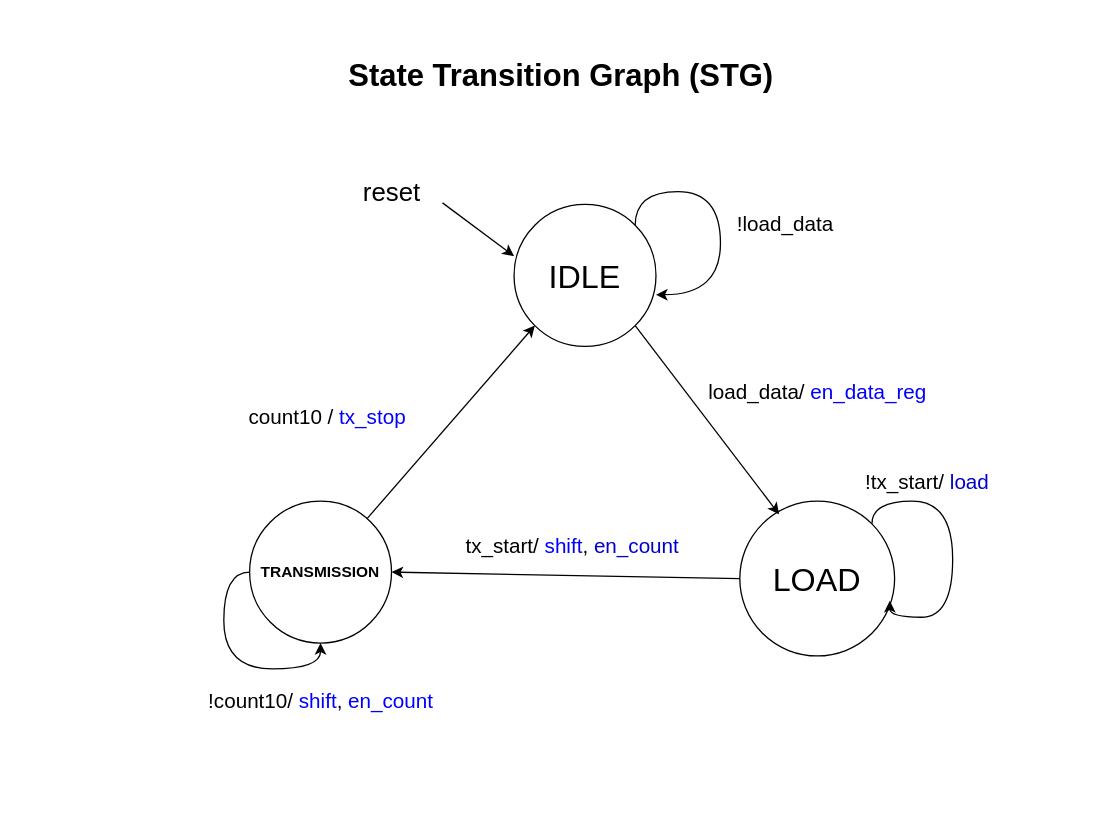
Earlier version of the draw.io diagram docs/controller_uart.drawio (mnasirEE/uart_serial). Source tidied: cells renumbered, new cells numbered last; positions are measured from the earlier drawing's top-left corner, leaving out a move shared by most shapes. Both pictures are drawn from the tidied source at 129%, with x=0, y=0 at pixel (191, 49).
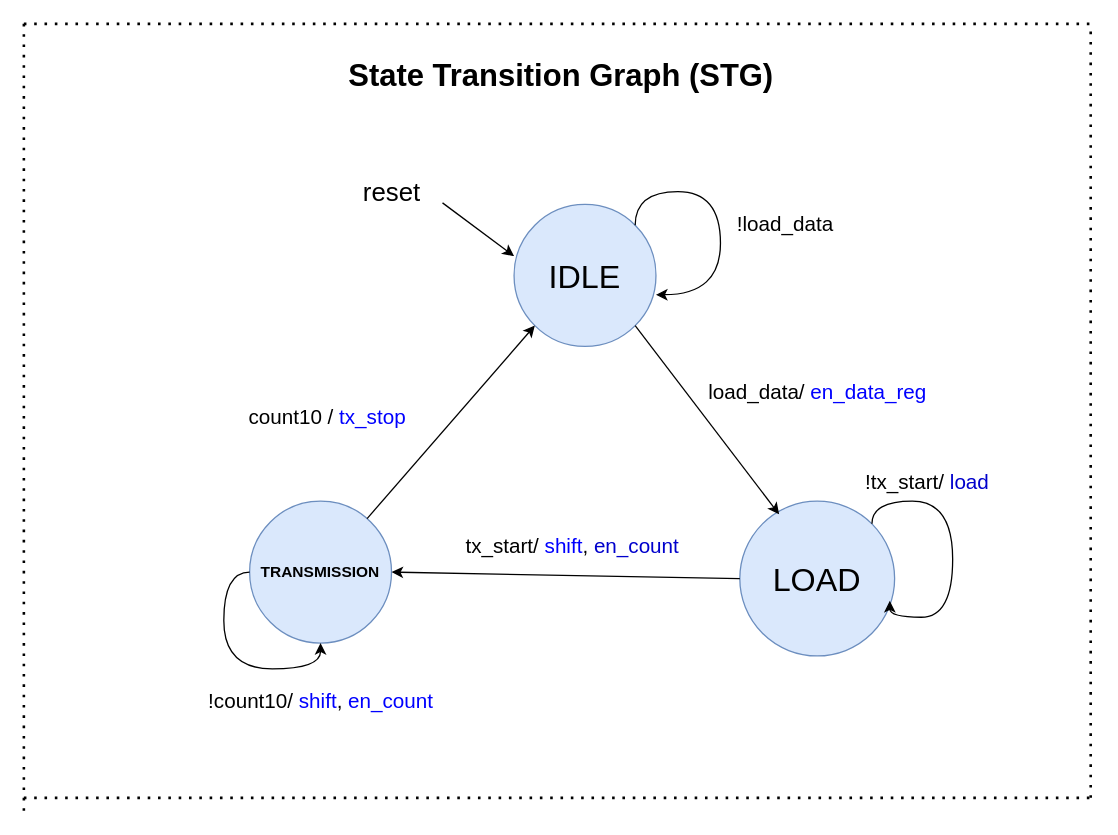
The same page after the edit.

What changed in the source:
```diff
@@
-    <mxCell id="3" value="&lt;font style=&quot;font-size: 25px;&quot;&gt;IDLE&lt;/font&gt;" style="ellipse;whiteSpace=wrap;html=1;" parent="1" vertex="1">
+    <mxCell id="3" value="&lt;font style=&quot;font-size: 25px;&quot;&gt;IDLE&lt;/font&gt;" style="ellipse;whiteSpace=wrap;html=1;fillColor=#dae8fc;strokeColor=#6c8ebf;" parent="1" vertex="1">
       <mxGeometry x="250" y="120" width="110" height="110" as="geometry" />
     </mxCell>
-    <mxCell id="4" value="&lt;font style=&quot;font-size: 25px;&quot;&gt;LOAD&lt;/font&gt;" style="ellipse;whiteSpace=wrap;html=1;" parent="1" vertex="1">
+    <mxCell id="4" value="&lt;font style=&quot;font-size: 25px;&quot;&gt;LOAD&lt;/font&gt;" style="ellipse;whiteSpace=wrap;html=1;fillColor=#dae8fc;strokeColor=#6c8ebf;" parent="1" vertex="1">
       <mxGeometry x="425" y="350" width="120" height="120" as="geometry" />
     </mxCell>
-    <mxCell id="5" value="&lt;font style=&quot;font-size: 12px;&quot;&gt;&lt;b&gt;TRANSMISSION&lt;/b&gt;&lt;/font&gt;" style="ellipse;whiteSpace=wrap;html=1;" parent="1" vertex="1">
+    <mxCell id="5" value="&lt;font style=&quot;font-size: 12px;&quot;&gt;&lt;b&gt;TRANSMISSION&lt;/b&gt;&lt;/font&gt;" style="ellipse;whiteSpace=wrap;html=1;fillColor=#dae8fc;strokeColor=#6c8ebf;" parent="1" vertex="1">
       <mxGeometry x="45" y="350" width="110" height="110" as="geometry" />
     </mxCell>
@@
+    <mxCell id="20" style="endArrow=none;dashed=1;html=1;dashPattern=1 3;strokeWidth=2;rounded=0;" parent="1" edge="1">
+      <mxGeometry relative="1" as="geometry">
+        <mxPoint x="-130" y="590" as="sourcePoint" />
+        <mxPoint x="-130" y="-20" as="targetPoint" />
+      </mxGeometry>
+    </mxCell>
+    <mxCell id="21" style="endArrow=none;dashed=1;html=1;dashPattern=1 3;strokeWidth=2;rounded=0;" parent="1" edge="1">
+      <mxGeometry relative="1" as="geometry">
+        <mxPoint x="697" y="580" as="sourcePoint" />
+        <mxPoint x="697" y="-20" as="targetPoint" />
+      </mxGeometry>
+    </mxCell>
+    <mxCell id="22" style="endArrow=none;dashed=1;html=1;dashPattern=1 3;strokeWidth=2;rounded=0;" parent="1" edge="1">
+      <mxGeometry relative="1" as="geometry">
+        <mxPoint x="-130" y="-20" as="sourcePoint" />
+        <mxPoint x="700" y="-20" as="targetPoint" />
+      </mxGeometry>
+    </mxCell>
+    <mxCell id="23" style="endArrow=none;dashed=1;html=1;dashPattern=1 3;strokeWidth=2;rounded=0;" parent="1" edge="1">
+      <mxGeometry relative="1" as="geometry">
+        <mxPoint x="-130" y="580" as="sourcePoint" />
+        <mxPoint x="700" y="580" as="targetPoint" />
+      </mxGeometry>
+    </mxCell>
```
